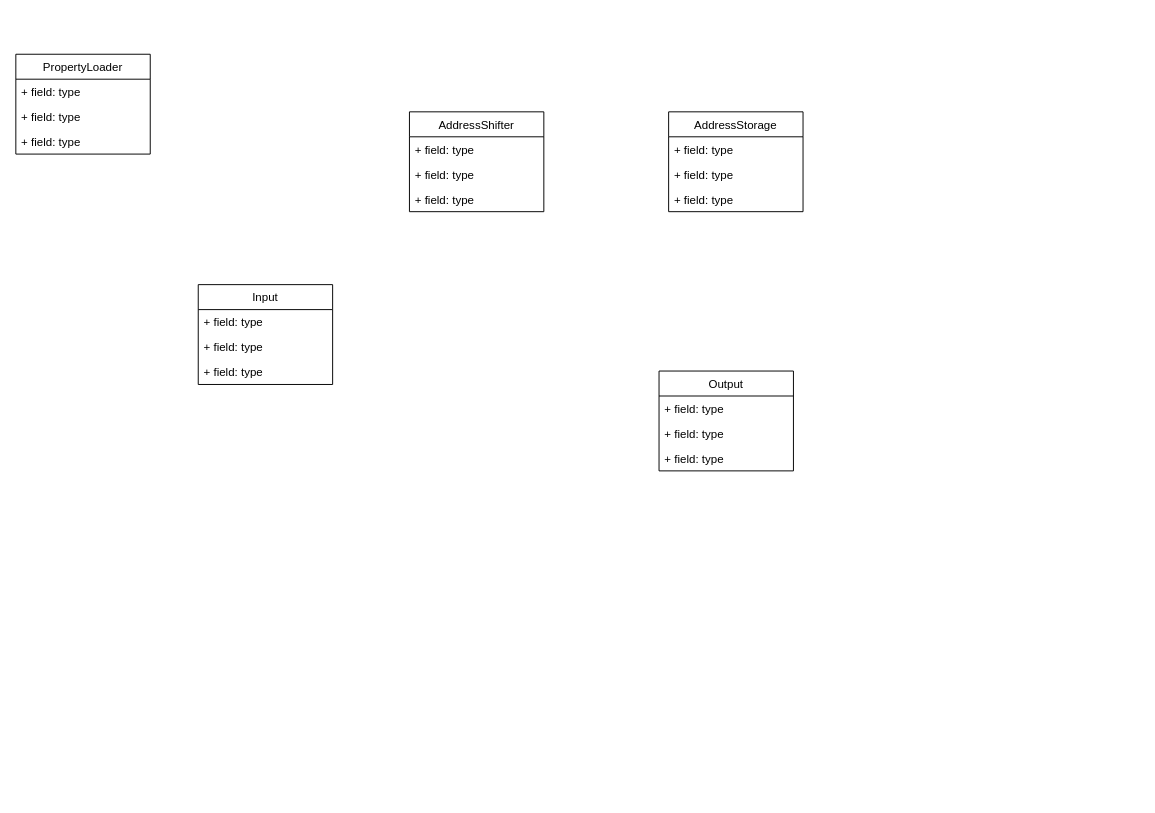
Before: Quiz1.drawio in montyxrizzo/scripts, a draw.io diagram. Source tidied: cells renumbered, new cells numbered last; positions are measured from the earlier drawing's top-left corner, leaving out a move shared by most shapes. Both pictures are drawn from the tidied source at 96%, with x=0, y=0 at pixel (15, 54).
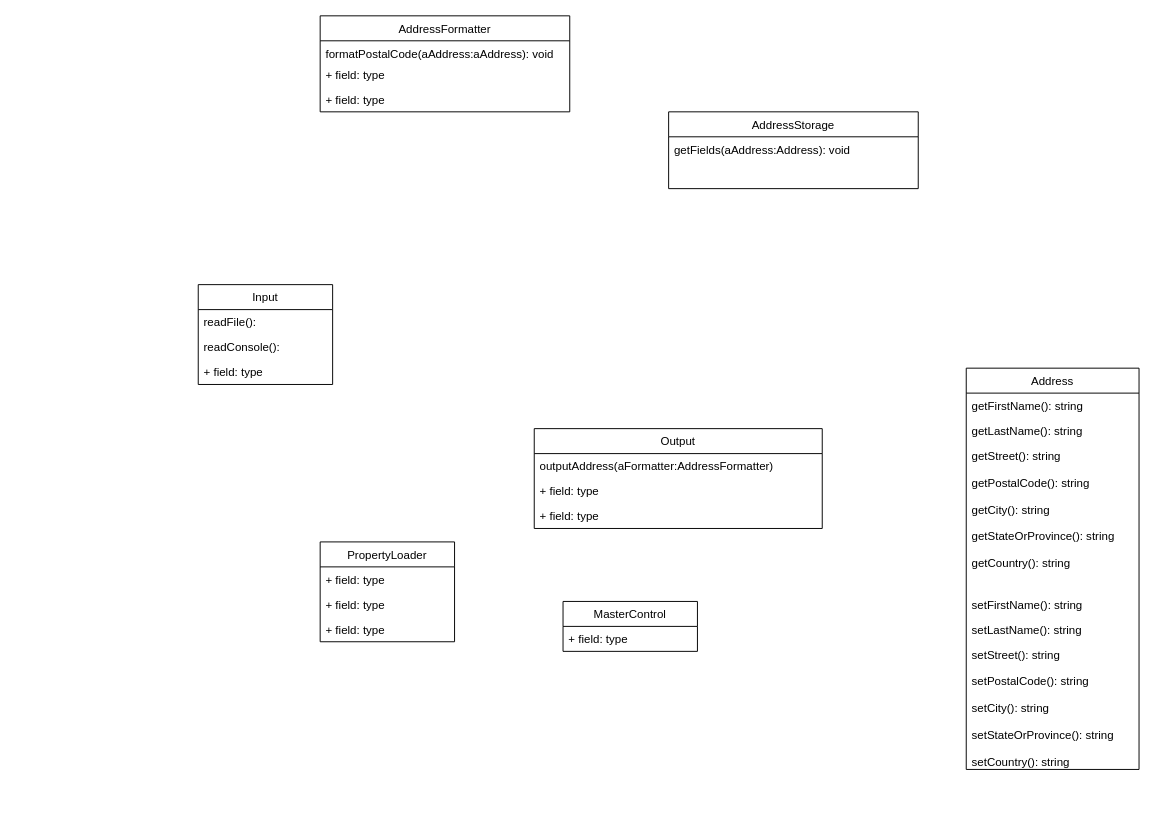
Above is the later version.

Unchanged cells that the change refers to:
```xml
<mxCell id="2" value="Input" style="swimlane;fontStyle=0;horizontal=1;startSize=26;fillColor=none;" parent="1" vertex="1">
  <mxGeometry x="190" y="240" width="140" height="104" as="geometry" />
</mxCell>
```

Diff of the diagram source:
```diff
@@
-    <mxCell id="3" value="+ field: type" style="text;strokeColor=none;fillColor=none;align=left;verticalAlign=top;spacingLeft=4;spacingRight=4;overflow=hidden;" parent="2" vertex="1">
+    <mxCell id="3" value="readFile():" style="text;strokeColor=none;fillColor=none;align=left;verticalAlign=top;spacingLeft=4;spacingRight=4;overflow=hidden;" parent="2" vertex="1">
       <mxGeometry y="26" width="140" height="26" as="geometry" />
     </mxCell>
-    <mxCell id="4" value="+ field: type" style="text;strokeColor=none;fillColor=none;align=left;verticalAlign=top;spacingLeft=4;spacingRight=4;overflow=hidden;" parent="2" vertex="1">
+    <mxCell id="4" value="readConsole():" style="text;strokeColor=none;fillColor=none;align=left;verticalAlign=top;spacingLeft=4;spacingRight=4;overflow=hidden;" parent="2" vertex="1">
       <mxGeometry y="52" width="140" height="26" as="geometry" />
     </mxCell>
@@
-    <mxCell id="6" value="AddressShifter" style="swimlane;fontStyle=0;horizontal=1;startSize=26;fillColor=none;" parent="1" vertex="1">
-      <mxGeometry x="410" y="60" width="140" height="104" as="geometry" />
+    <mxCell id="6" value="AddressFormatter" style="swimlane;fontStyle=0;horizontal=1;startSize=26;fillColor=none;" parent="1" vertex="1">
+      <mxGeometry x="317" y="-40" width="260" height="100" as="geometry" />
     </mxCell>
-    <mxCell id="7" value="+ field: type" style="text;strokeColor=none;fillColor=none;align=left;verticalAlign=top;spacingLeft=4;spacingRight=4;overflow=hidden;" parent="6" vertex="1">
-      <mxGeometry y="26" width="140" height="26" as="geometry" />
+    <mxCell id="7" value="formatPostalCode(aAddress:aAddress): void" style="text;strokeColor=none;fillColor=none;align=left;verticalAlign=top;spacingLeft=4;spacingRight=4;overflow=hidden;" parent="6" vertex="1">
+      <mxGeometry y="26" width="260" height="22" as="geometry" />
     </mxCell>
     <mxCell id="8" value="+ field: type" style="text;strokeColor=none;fillColor=none;align=left;verticalAlign=top;spacingLeft=4;spacingRight=4;overflow=hidden;" parent="6" vertex="1">
-      <mxGeometry y="52" width="140" height="26" as="geometry" />
+      <mxGeometry y="48" width="260" height="26" as="geometry" />
     </mxCell>
     <mxCell id="9" value="+ field: type" style="text;strokeColor=none;fillColor=none;align=left;verticalAlign=top;spacingLeft=4;spacingRight=4;overflow=hidden;" parent="6" vertex="1">
-      <mxGeometry y="78" width="140" height="26" as="geometry" />
+      <mxGeometry y="74" width="260" height="26" as="geometry" />
     </mxCell>
     <mxCell id="10" value="Output" style="swimlane;fontStyle=0;horizontal=1;startSize=26;fillColor=none;" parent="1" vertex="1">
-      <mxGeometry x="670" y="330" width="140" height="104" as="geometry" />
+      <mxGeometry x="540" y="390" width="300" height="104" as="geometry" />
     </mxCell>
-    <mxCell id="11" value="+ field: type" style="text;strokeColor=none;fillColor=none;align=left;verticalAlign=top;spacingLeft=4;spacingRight=4;overflow=hidden;" parent="10" vertex="1">
-      <mxGeometry y="26" width="140" height="26" as="geometry" />
+    <mxCell id="11" value="outputAddress(aFormatter:AddressFormatter)" style="text;strokeColor=none;fillColor=none;align=left;verticalAlign=top;spacingLeft=4;spacingRight=4;overflow=hidden;" parent="10" vertex="1">
+      <mxGeometry y="26" width="300" height="26" as="geometry" />
     </mxCell>
     <mxCell id="12" value="+ field: type" style="text;strokeColor=none;fillColor=none;align=left;verticalAlign=top;spacingLeft=4;spacingRight=4;overflow=hidden;" parent="10" vertex="1">
-      <mxGeometry y="52" width="140" height="26" as="geometry" />
+      <mxGeometry y="52" width="300" height="26" as="geometry" />
     </mxCell>
     <mxCell id="13" value="+ field: type" style="text;strokeColor=none;fillColor=none;align=left;verticalAlign=top;spacingLeft=4;spacingRight=4;overflow=hidden;" parent="10" vertex="1">
-      <mxGeometry y="78" width="140" height="26" as="geometry" />
+      <mxGeometry y="78" width="300" height="26" as="geometry" />
     </mxCell>
     <mxCell id="14" value="AddressStorage" style="swimlane;fontStyle=0;horizontal=1;startSize=26;fillColor=none;" parent="1" vertex="1">
-      <mxGeometry x="680" y="60" width="140" height="104" as="geometry" />
+      <mxGeometry x="680" y="60" width="260" height="80" as="geometry" />
     </mxCell>
-    <mxCell id="15" value="+ field: type" style="text;strokeColor=none;fillColor=none;align=left;verticalAlign=top;spacingLeft=4;spacingRight=4;overflow=hidden;" parent="14" vertex="1">
-      <mxGeometry y="26" width="140" height="26" as="geometry" />
+    <mxCell id="15" value="getFields(aAddress:Address): void" style="text;strokeColor=none;fillColor=none;align=left;verticalAlign=top;spacingLeft=4;spacingRight=4;overflow=hidden;" parent="14" vertex="1">
+      <mxGeometry y="26" width="260" height="54" as="geometry" />
     </mxCell>
-    <mxCell id="16" value="+ field: type" style="text;strokeColor=none;fillColor=none;align=left;verticalAlign=top;spacingLeft=4;spacingRight=4;overflow=hidden;" parent="14" vertex="1">
-      <mxGeometry y="52" width="140" height="26" as="geometry" />
-    </mxCell>
-    <mxCell id="17" value="+ field: type" style="text;strokeColor=none;fillColor=none;align=left;verticalAlign=top;spacingLeft=4;spacingRight=4;overflow=hidden;" parent="14" vertex="1">
-      <mxGeometry y="78" width="140" height="26" as="geometry" />
-    </mxCell>
     <mxCell id="18" value="PropertyLoader" style="swimlane;fontStyle=0;horizontal=1;startSize=26;fillColor=none;" parent="1" vertex="1">
-      <mxGeometry width="140" height="104" as="geometry" />
+      <mxGeometry x="317" y="508" width="140" height="104" as="geometry" />
     </mxCell>
@@
+    <mxCell id="21" value="+ field: type" style="text;strokeColor=none;fillColor=none;align=left;verticalAlign=top;spacingLeft=4;spacingRight=4;overflow=hidden;" parent="18" vertex="1">
+      <mxGeometry y="52" width="140" height="26" as="geometry" />
+    </mxCell>
     <mxCell id="20" value="+ field: type" style="text;strokeColor=none;fillColor=none;align=left;verticalAlign=top;spacingLeft=4;spacingRight=4;overflow=hidden;" parent="18" vertex="1">
-      <mxGeometry y="52" width="140" height="26" as="geometry" />
+      <mxGeometry y="78" width="140" height="26" as="geometry" />
     </mxCell>
-    <mxCell id="21" value="+ field: type" style="text;strokeColor=none;fillColor=none;align=left;verticalAlign=top;spacingLeft=4;spacingRight=4;overflow=hidden;" parent="18" vertex="1">
-      <mxGeometry y="78" width="140" height="26" as="geometry" />
-    </mxCell>
+    <mxCell id="22" style="group;" parent="1" vertex="1">
+      <mxGeometry x="990" y="327" width="180" height="447" as="geometry" />
+    </mxCell>
+    <mxCell id="23" value="setFirstName(): string" style="text;strokeColor=none;fillColor=none;align=left;verticalAlign=top;spacingLeft=4;spacingRight=4;overflow=hidden;" parent="22" vertex="1">
+      <mxGeometry y="233" width="180" height="26" as="geometry" />
+    </mxCell>
+    <mxCell id="24" value="setStreet(): string&#10;&#10;setPostalCode(): string&#10;&#10;setCity(): string&#10;&#10;setStateOrProvince(): string&#10;&#10;setCountry(): string&#10;" style="text;strokeColor=none;fillColor=none;align=left;verticalAlign=top;spacingLeft=4;spacingRight=4;overflow=hidden;" parent="22" vertex="1">
+      <mxGeometry y="285" width="180" height="162" as="geometry" />
+    </mxCell>
+    <mxCell id="25" style="group;" parent="22" vertex="1">
+      <mxGeometry width="180" height="418" as="geometry" />
+    </mxCell>
+    <mxCell id="26" value="Address" style="swimlane;fontStyle=0;horizontal=1;startSize=26;fillColor=none;" parent="25" vertex="1">
+      <mxGeometry width="180" height="418" as="geometry" />
+    </mxCell>
+    <mxCell id="27" value="getFirstName(): string" style="text;strokeColor=none;fillColor=none;align=left;verticalAlign=top;spacingLeft=4;spacingRight=4;overflow=hidden;" parent="26" vertex="1">
+      <mxGeometry y="26" width="180" height="26" as="geometry" />
+    </mxCell>
+    <mxCell id="28" value="getLastName(): string" style="text;strokeColor=none;fillColor=none;align=left;verticalAlign=top;spacingLeft=4;spacingRight=4;overflow=hidden;" parent="26" vertex="1">
+      <mxGeometry y="52" width="180" height="26" as="geometry" />
+    </mxCell>
+    <mxCell id="29" value="getStreet(): string&#10;&#10;getPostalCode(): string&#10;&#10;getCity(): string&#10;&#10;getStateOrProvince(): string&#10;&#10;getCountry(): string&#10;" style="text;strokeColor=none;fillColor=none;align=left;verticalAlign=top;spacingLeft=4;spacingRight=4;overflow=hidden;" parent="26" vertex="1">
+      <mxGeometry y="78" width="180" height="340" as="geometry" />
+    </mxCell>
+    <mxCell id="30" value="setLastName(): string" style="text;strokeColor=none;fillColor=none;align=left;verticalAlign=top;spacingLeft=4;spacingRight=4;overflow=hidden;" parent="25" vertex="1">
+      <mxGeometry y="259" width="180" height="26" as="geometry" />
+    </mxCell>
+    <mxCell id="31" value="MasterControl" style="swimlane;fontStyle=0;horizontal=1;startSize=26;fillColor=none;" parent="1" vertex="1">
+      <mxGeometry x="570" y="570" width="140" height="52" as="geometry" />
+    </mxCell>
+    <mxCell id="32" value="+ field: type" style="text;strokeColor=none;fillColor=none;align=left;verticalAlign=top;spacingLeft=4;spacingRight=4;overflow=hidden;" parent="31" vertex="1">
+      <mxGeometry y="26" width="140" height="26" as="geometry" />
+    </mxCell>
```
